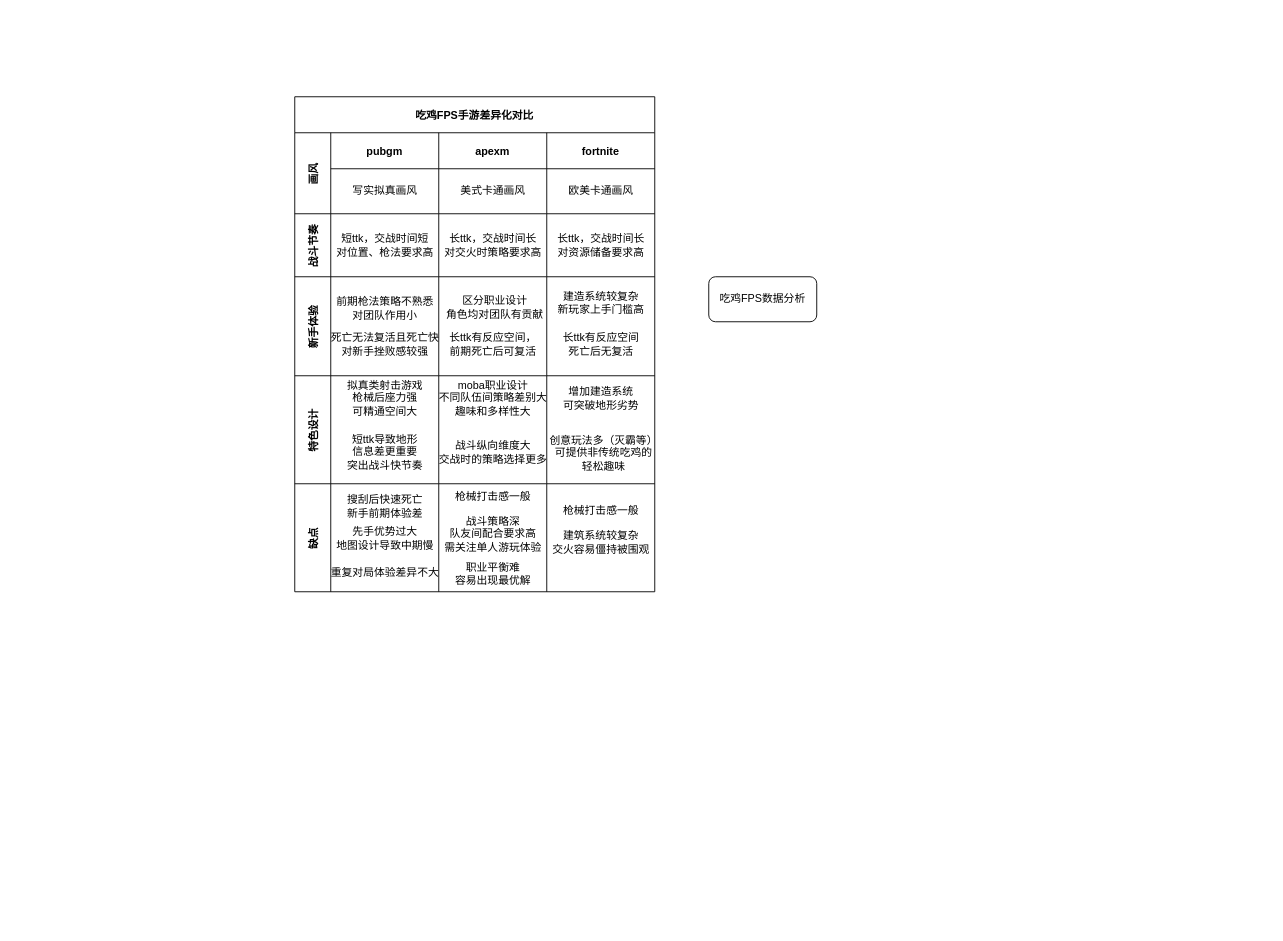
Above: fps.drawio in rickyi22/create-a-thing (draw.io), before the change. Source tidied: cells renumbered, new cells numbered last; positions are measured from the earlier drawing's top-left corner, leaving out a move shared by most shapes. Both pictures are drawn from the tidied source at 90%, with x=0, y=0 at pixel (294, 96).
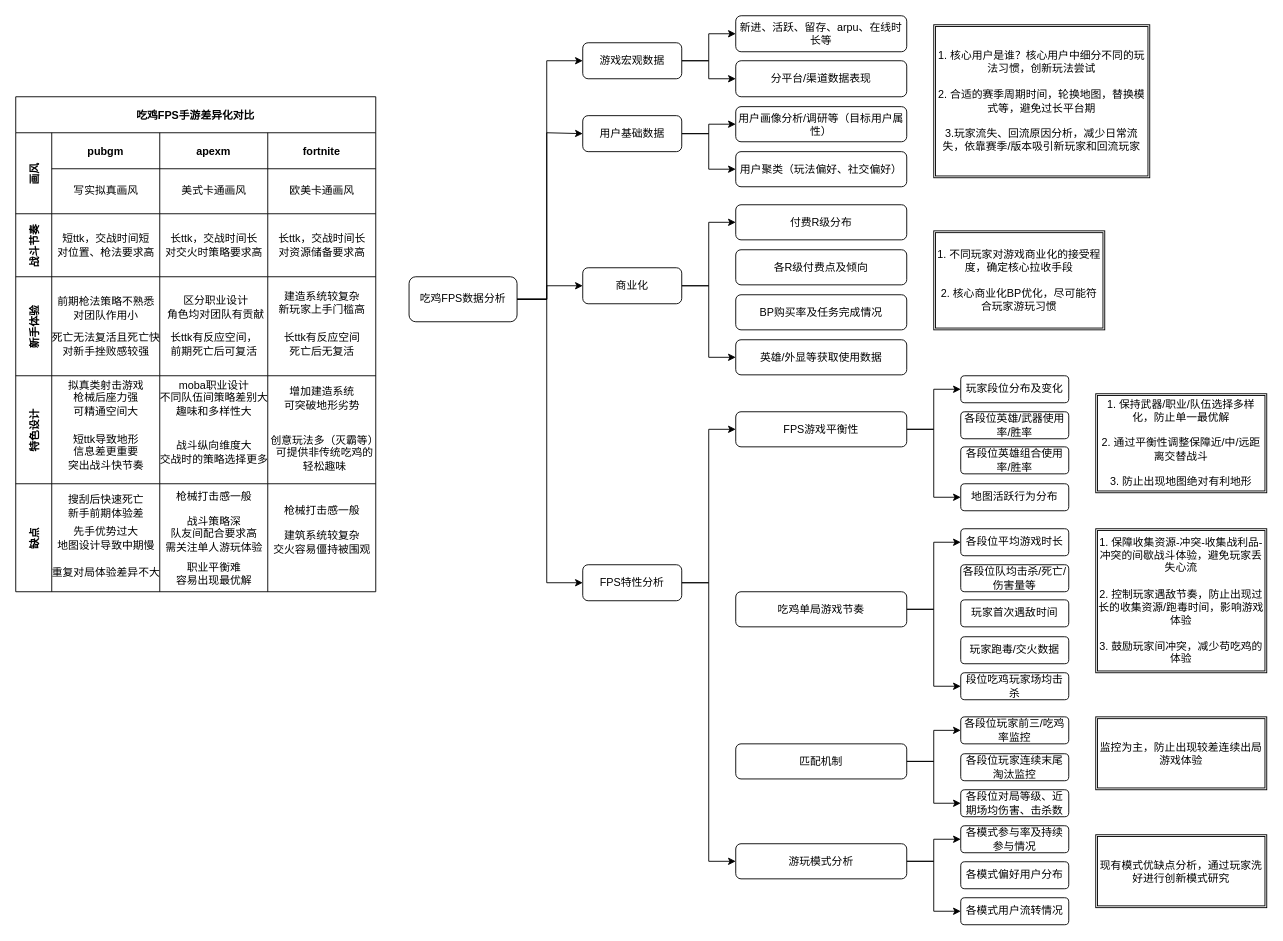
Above is the later version.

Change to the diagram source:
```diff
@@
+    <mxCell id="50" style="edgeStyle=orthogonalEdgeStyle;rounded=0;jettySize=auto;html=1;entryX=0;entryY=0.5;entryDx=0;entryDy=0;" parent="1" edge="1" source="2" target="56">
+      <mxGeometry relative="1" as="geometry">
+        <Array as="points">
+          <mxPoint x="280" y="225" />
+          <mxPoint x="280" y="-40" />
+        </Array>
+      </mxGeometry>
+    </mxCell>
+    <mxCell id="51" style="edgeStyle=orthogonalEdgeStyle;rounded=0;jettySize=auto;html=1;exitX=1;exitY=0.5;exitDx=0;exitDy=0;entryX=0;entryY=0.5;entryDx=0;entryDy=0;" parent="1" edge="1" source="2" target="61">
+      <mxGeometry relative="1" as="geometry">
+        <Array as="points">
+          <mxPoint x="280" y="225" />
+          <mxPoint x="280" y="40" />
+        </Array>
+      </mxGeometry>
+    </mxCell>
+    <mxCell id="52" style="edgeStyle=orthogonalEdgeStyle;rounded=0;jettySize=auto;html=1;exitX=1;exitY=0.5;exitDx=0;exitDy=0;entryX=0;entryY=0.5;entryDx=0;entryDy=0;" parent="1" edge="1" source="2" target="66">
+      <mxGeometry relative="1" as="geometry">
+        <Array as="points">
+          <mxPoint x="280" y="225" />
+          <mxPoint x="280" y="540" />
+        </Array>
+      </mxGeometry>
+    </mxCell>
+    <mxCell id="53" style="edgeStyle=orthogonalEdgeStyle;rounded=0;jettySize=auto;html=1;exitX=1;exitY=0.5;exitDx=0;exitDy=0;entryX=0;entryY=0.5;entryDx=0;entryDy=0;" parent="1" edge="1" source="2" target="75">
+      <mxGeometry relative="1" as="geometry">
+        <Array as="points">
+          <mxPoint x="280" y="225" />
+          <mxPoint x="280" y="210" />
+        </Array>
+      </mxGeometry>
+    </mxCell>
     <mxCell id="2" value="吃鸡FPS数据分析" style="rounded=1;whiteSpace=wrap;html=1;" parent="1" vertex="1">
-      <mxGeometry x="460" y="200" width="120" height="50" as="geometry" />
+      <mxGeometry x="127" y="200" width="120" height="50" as="geometry" />
     </mxCell>
     <mxCell id="3" value="吃鸡FPS手游差异化对比" style="shape=table;childLayout=tableLayout;startSize=40;fontStyle=1;" parent="1" vertex="1">
-      <mxGeometry width="400" height="550" as="geometry" />
+      <mxGeometry x="-310" width="400" height="550" as="geometry" />
     </mxCell>
@@
+    <mxCell id="54" style="edgeStyle=orthogonalEdgeStyle;rounded=0;jettySize=auto;html=1;entryX=0;entryY=0.5;entryDx=0;entryDy=0;" parent="1" edge="1" source="56" target="57">
+      <mxGeometry relative="1" as="geometry" />
+    </mxCell>
+    <mxCell id="55" style="edgeStyle=orthogonalEdgeStyle;rounded=0;jettySize=auto;html=1;exitX=1;exitY=0.5;exitDx=0;exitDy=0;entryX=0;entryY=0.5;entryDx=0;entryDy=0;" parent="1" edge="1" source="56" target="58">
+      <mxGeometry relative="1" as="geometry" />
+    </mxCell>
+    <mxCell id="56" value="游戏宏观数据" style="whiteSpace=wrap;html=1;rounded=1;" parent="1" vertex="1">
+      <mxGeometry x="320" y="-60" width="110" height="40" as="geometry" />
+    </mxCell>
+    <mxCell id="57" value="新进、活跃、留存、arpu、在线时长等" style="whiteSpace=wrap;html=1;rounded=1;" parent="1" vertex="1">
+      <mxGeometry x="490" y="-90" width="190" height="40" as="geometry" />
+    </mxCell>
+    <mxCell id="58" value="分平台/渠道数据表现" style="whiteSpace=wrap;html=1;rounded=1;" parent="1" vertex="1">
+      <mxGeometry x="490" y="-40" width="190" height="40" as="geometry" />
+    </mxCell>
+    <mxCell id="59" style="edgeStyle=orthogonalEdgeStyle;rounded=0;jettySize=auto;html=1;" parent="1" edge="1" source="61" target="62">
+      <mxGeometry relative="1" as="geometry" />
+    </mxCell>
+    <mxCell id="60" style="edgeStyle=orthogonalEdgeStyle;rounded=0;jettySize=auto;html=1;exitX=1;exitY=0.5;exitDx=0;exitDy=0;entryX=0;entryY=0.5;entryDx=0;entryDy=0;" parent="1" edge="1" source="61" target="63">
+      <mxGeometry relative="1" as="geometry" />
+    </mxCell>
+    <mxCell id="61" value="用户基础数据" style="whiteSpace=wrap;html=1;rounded=1;" parent="1" vertex="1">
+      <mxGeometry x="320" y="21" width="110" height="40" as="geometry" />
+    </mxCell>
+    <mxCell id="62" value="用户画像分析/调研等（目标用户属性）" style="whiteSpace=wrap;html=1;rounded=1;" parent="1" vertex="1">
+      <mxGeometry x="490" y="11" width="190" height="39" as="geometry" />
+    </mxCell>
+    <mxCell id="63" value="用户聚类（玩法偏好、社交偏好）" style="whiteSpace=wrap;html=1;rounded=1;" parent="1" vertex="1">
+      <mxGeometry x="490" y="61" width="190" height="39" as="geometry" />
+    </mxCell>
+    <mxCell id="64" style="edgeStyle=orthogonalEdgeStyle;rounded=0;jettySize=auto;html=1;exitX=1;exitY=0.5;exitDx=0;exitDy=0;entryX=0;entryY=0.5;entryDx=0;entryDy=0;" parent="1" edge="1" source="66" target="69">
+      <mxGeometry relative="1" as="geometry" />
+    </mxCell>
+    <mxCell id="65" style="edgeStyle=orthogonalEdgeStyle;rounded=0;jettySize=auto;html=1;exitX=1;exitY=0.5;exitDx=0;exitDy=0;entryX=0;entryY=0.5;entryDx=0;entryDy=0;" parent="1" edge="1" source="66" target="102">
+      <mxGeometry relative="1" as="geometry" />
+    </mxCell>
+    <mxCell id="66" value="FPS特性分析" style="whiteSpace=wrap;html=1;rounded=1;" parent="1" vertex="1">
+      <mxGeometry x="320" y="520" width="110" height="40" as="geometry" />
+    </mxCell>
+    <mxCell id="67" style="edgeStyle=orthogonalEdgeStyle;rounded=0;jettySize=auto;html=1;exitX=1;exitY=0.5;exitDx=0;exitDy=0;entryX=0;entryY=0.5;entryDx=0;entryDy=0;" parent="1" edge="1" source="69" target="80">
+      <mxGeometry relative="1" as="geometry" />
+    </mxCell>
+    <mxCell id="68" style="edgeStyle=orthogonalEdgeStyle;rounded=0;jettySize=auto;html=1;exitX=1;exitY=0.5;exitDx=0;exitDy=0;entryX=0;entryY=0.5;entryDx=0;entryDy=0;" parent="1" edge="1" source="69" target="87">
+      <mxGeometry relative="1" as="geometry" />
+    </mxCell>
+    <mxCell id="69" value="FPS游戏平衡性" style="whiteSpace=wrap;html=1;rounded=1;" parent="1" vertex="1">
+      <mxGeometry x="490" y="350" width="190" height="39" as="geometry" />
+    </mxCell>
+    <mxCell id="70" style="edgeStyle=orthogonalEdgeStyle;rounded=0;jettySize=auto;html=1;exitX=1;exitY=0.5;exitDx=0;exitDy=0;entryX=0;entryY=0.5;entryDx=0;entryDy=0;" parent="1" edge="1" source="72" target="83">
+      <mxGeometry relative="1" as="geometry" />
+    </mxCell>
+    <mxCell id="71" style="edgeStyle=orthogonalEdgeStyle;rounded=0;jettySize=auto;html=1;exitX=1;exitY=0.5;exitDx=0;exitDy=0;entryX=0;entryY=0.5;entryDx=0;entryDy=0;" parent="1" edge="1" source="72" target="95">
+      <mxGeometry relative="1" as="geometry" />
+    </mxCell>
+    <mxCell id="72" value="吃鸡单局游戏节奏" style="whiteSpace=wrap;html=1;rounded=1;" parent="1" vertex="1">
+      <mxGeometry x="490" y="550" width="190" height="39" as="geometry" />
+    </mxCell>
+    <mxCell id="73" style="edgeStyle=orthogonalEdgeStyle;rounded=0;jettySize=auto;html=1;exitX=1;exitY=0.5;exitDx=0;exitDy=0;entryX=0;entryY=0.5;entryDx=0;entryDy=0;" parent="1" edge="1" source="75" target="76">
+      <mxGeometry relative="1" as="geometry" />
+    </mxCell>
+    <mxCell id="74" style="edgeStyle=orthogonalEdgeStyle;rounded=0;jettySize=auto;html=1;exitX=1;exitY=0.5;exitDx=0;exitDy=0;entryX=0;entryY=0.5;entryDx=0;entryDy=0;" parent="1" edge="1" source="75" target="79">
+      <mxGeometry relative="1" as="geometry" />
+    </mxCell>
+    <mxCell id="75" value="商业化" style="whiteSpace=wrap;html=1;rounded=1;" parent="1" vertex="1">
+      <mxGeometry x="320" y="190" width="110" height="40" as="geometry" />
+    </mxCell>
+    <mxCell id="76" value="付费R级分布" style="whiteSpace=wrap;html=1;rounded=1;" parent="1" vertex="1">
+      <mxGeometry x="490" y="120" width="190" height="39" as="geometry" />
+    </mxCell>
+    <mxCell id="77" value="各R级付费点及倾向" style="whiteSpace=wrap;html=1;rounded=1;" parent="1" vertex="1">
+      <mxGeometry x="490" y="170" width="190" height="39" as="geometry" />
+    </mxCell>
+    <mxCell id="78" value="BP购买率及任务完成情况" style="whiteSpace=wrap;html=1;rounded=1;" parent="1" vertex="1">
+      <mxGeometry x="490" y="220" width="190" height="39" as="geometry" />
+    </mxCell>
+    <mxCell id="79" value="英雄/外显等获取使用数据" style="whiteSpace=wrap;html=1;rounded=1;" parent="1" vertex="1">
+      <mxGeometry x="490" y="270" width="190" height="39" as="geometry" />
+    </mxCell>
+    <mxCell id="80" value="玩家段位分布及变化" style="whiteSpace=wrap;html=1;rounded=1;" parent="1" vertex="1">
+      <mxGeometry x="740" y="310" width="120" height="30" as="geometry" />
+    </mxCell>
+    <mxCell id="81" value="各段位英雄/武器使用率/胜率" style="whiteSpace=wrap;html=1;rounded=1;" parent="1" vertex="1">
+      <mxGeometry x="740" y="350" width="120" height="30" as="geometry" />
+    </mxCell>
+    <mxCell id="82" value="各段位英雄组合使用率/胜率" style="whiteSpace=wrap;html=1;rounded=1;" parent="1" vertex="1">
+      <mxGeometry x="740" y="389" width="120" height="30" as="geometry" />
+    </mxCell>
+    <mxCell id="83" value="各段位平均游戏时长" style="whiteSpace=wrap;html=1;rounded=1;" parent="1" vertex="1">
+      <mxGeometry x="740" y="480" width="120" height="30" as="geometry" />
+    </mxCell>
+    <mxCell id="84" value="各段位队均击杀/死亡/伤害量等" style="whiteSpace=wrap;html=1;rounded=1;" parent="1" vertex="1">
+      <mxGeometry x="740" y="520" width="120" height="30" as="geometry" />
+    </mxCell>
+    <mxCell id="85" value="玩家首次遇敌时间" style="whiteSpace=wrap;html=1;rounded=1;" parent="1" vertex="1">
+      <mxGeometry x="740" y="559" width="120" height="30" as="geometry" />
+    </mxCell>
+    <mxCell id="86" value="玩家跑毒/交火数据" style="whiteSpace=wrap;html=1;rounded=1;" parent="1" vertex="1">
+      <mxGeometry x="740" y="600" width="120" height="30" as="geometry" />
+    </mxCell>
+    <mxCell id="87" value="地图活跃行为分布" style="whiteSpace=wrap;html=1;rounded=1;" parent="1" vertex="1">
+      <mxGeometry x="740" y="430" width="120" height="30" as="geometry" />
+    </mxCell>
+    <mxCell id="88" value="1. 核心用户是谁？核心用户中细分不同的玩法习惯，创新玩法尝试&lt;br&gt;&lt;br&gt;2. 合适的赛季周期时间，轮换地图，替换模式等，避免过长平台期&lt;br&gt;&lt;br&gt;3.玩家流失、回流原因分析，减少日常流失，依靠赛季/版本吸引新玩家和回流玩家" style="shape=ext;double=1;rounded=0;whiteSpace=wrap;html=1;" parent="1" vertex="1">
+      <mxGeometry x="710" y="-80" width="240" height="170" as="geometry" />
+    </mxCell>
+    <mxCell id="89" value="1. 不同玩家对游戏商业化的接受程度，确定核心拉收手段&lt;br&gt;&lt;br&gt;2. 核心商业化BP优化，尽可能符合玩家游玩习惯" style="shape=ext;double=1;rounded=0;whiteSpace=wrap;html=1;" parent="1" vertex="1">
+      <mxGeometry x="710" y="149" width="190" height="110" as="geometry" />
+    </mxCell>
+    <mxCell id="90" value="1. 保持武器/职业/队伍选择多样化，防止单一最优解&lt;br&gt;&lt;br&gt;2. 通过平衡性调整保障近/中/远距离交替战斗&lt;br&gt;&lt;br&gt;3. 防止出现地图绝对有利地形" style="shape=ext;double=1;rounded=0;whiteSpace=wrap;html=1;" parent="1" vertex="1">
+      <mxGeometry x="890" y="330" width="190" height="110" as="geometry" />
+    </mxCell>
+    <mxCell id="91" style="edgeStyle=orthogonalEdgeStyle;rounded=0;jettySize=auto;html=1;exitX=1;exitY=0.5;exitDx=0;exitDy=0;entryX=0;entryY=0.5;entryDx=0;entryDy=0;" parent="1" edge="1" source="93" target="96">
+      <mxGeometry relative="1" as="geometry" />
+    </mxCell>
+    <mxCell id="92" style="edgeStyle=orthogonalEdgeStyle;rounded=0;jettySize=auto;html=1;exitX=1;exitY=0.5;exitDx=0;exitDy=0;entryX=0;entryY=0.5;entryDx=0;entryDy=0;" parent="1" edge="1" source="93" target="99">
+      <mxGeometry relative="1" as="geometry" />
+    </mxCell>
+    <mxCell id="93" value="匹配机制" style="whiteSpace=wrap;html=1;rounded=1;" parent="1" vertex="1">
+      <mxGeometry x="490" y="719" width="190" height="39" as="geometry" />
+    </mxCell>
+    <mxCell id="94" value="1. 保障收集资源-冲突-收集战利品-冲突的间歇战斗体验，避免玩家丢失心流&lt;br&gt;&lt;br&gt;2. 控制玩家遇敌节奏，防止出现过长的收集资源/跑毒时间，影响游戏体验&lt;br&gt;&lt;br&gt;3. 鼓励玩家间冲突，减少苟吃鸡的体验" style="shape=ext;double=1;rounded=0;whiteSpace=wrap;html=1;" parent="1" vertex="1">
+      <mxGeometry x="890" y="480" width="190" height="160" as="geometry" />
+    </mxCell>
+    <mxCell id="95" value="段位吃鸡玩家场均击杀" style="whiteSpace=wrap;html=1;rounded=1;" parent="1" vertex="1">
+      <mxGeometry x="740" y="640" width="120" height="30" as="geometry" />
+    </mxCell>
+    <mxCell id="96" value="各段位玩家前三/吃鸡率监控" style="whiteSpace=wrap;html=1;rounded=1;" parent="1" vertex="1">
+      <mxGeometry x="740" y="689" width="120" height="30" as="geometry" />
+    </mxCell>
+    <mxCell id="97" value="各段位玩家连续末尾淘汰监控" style="whiteSpace=wrap;html=1;rounded=1;" parent="1" vertex="1">
+      <mxGeometry x="740" y="730" width="120" height="30" as="geometry" />
+    </mxCell>
+    <mxCell id="98" value="监控为主，防止出现较差连续出局游戏体验" style="shape=ext;double=1;rounded=0;whiteSpace=wrap;html=1;" parent="1" vertex="1">
+      <mxGeometry x="890" y="689" width="190" height="81" as="geometry" />
+    </mxCell>
+    <mxCell id="99" value="各段位对局等级、近期场均伤害、击杀数" style="whiteSpace=wrap;html=1;rounded=1;" parent="1" vertex="1">
+      <mxGeometry x="740" y="770" width="120" height="30" as="geometry" />
+    </mxCell>
+    <mxCell id="100" style="edgeStyle=orthogonalEdgeStyle;rounded=0;jettySize=auto;html=1;exitX=1;exitY=0.5;exitDx=0;exitDy=0;entryX=0;entryY=0.5;entryDx=0;entryDy=0;" parent="1" edge="1" source="102" target="103">
+      <mxGeometry relative="1" as="geometry" />
+    </mxCell>
+    <mxCell id="101" style="edgeStyle=orthogonalEdgeStyle;rounded=0;jettySize=auto;html=1;exitX=1;exitY=0.5;exitDx=0;exitDy=0;entryX=0;entryY=0.5;entryDx=0;entryDy=0;" parent="1" edge="1" source="102" target="104">
+      <mxGeometry relative="1" as="geometry" />
+    </mxCell>
+    <mxCell id="102" value="游玩模式分析" style="whiteSpace=wrap;html=1;rounded=1;" parent="1" vertex="1">
+      <mxGeometry x="490" y="830" width="190" height="39" as="geometry" />
+    </mxCell>
+    <mxCell id="103" value="各模式参与率及持续参与情况" style="whiteSpace=wrap;html=1;rounded=1;" parent="1" vertex="1">
+      <mxGeometry x="740" y="810" width="120" height="30" as="geometry" />
+    </mxCell>
+    <mxCell id="104" value="各模式用户流转情况" style="whiteSpace=wrap;html=1;rounded=1;" parent="1" vertex="1">
+      <mxGeometry x="740" y="890" width="120" height="30" as="geometry" />
+    </mxCell>
+    <mxCell id="105" value="各模式偏好用户分布" style="whiteSpace=wrap;html=1;rounded=1;" parent="1" vertex="1">
+      <mxGeometry x="740" y="850" width="120" height="30" as="geometry" />
+    </mxCell>
+    <mxCell id="106" value="现有模式优缺点分析，通过玩家洗好进行创新模式研究" style="shape=ext;double=1;rounded=0;whiteSpace=wrap;html=1;" parent="1" vertex="1">
+      <mxGeometry x="890" y="820" width="190" height="81" as="geometry" />
+    </mxCell>
```
